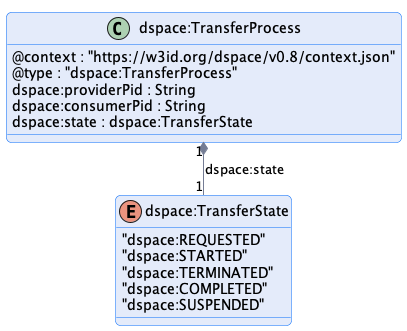
This is transfer/message/diagram/transfer-process.png from International-Data-Spaces-Association/ids-specification, a PlantUML export, as it was before one commit.
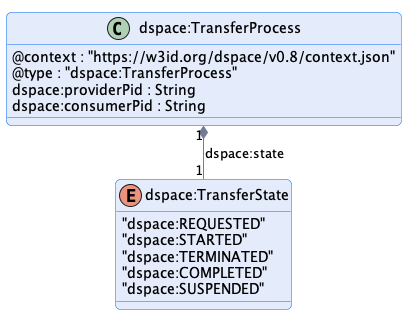
The same file after the commit.

Commit message:
fix the transfer protocol resources

Change to the diagram source:
```diff
@@ -11,7 +11,6 @@
     @type : "dspace:TransferProcess"
     dspace:providerPid : String
     dspace:consumerPid : String
-    dspace:state : dspace:TransferState
 }
 
 
```
